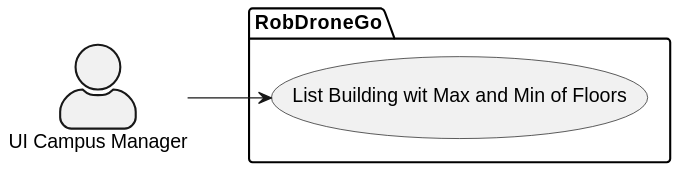
Earlier version of the PlantUML export Visualization/docs/US_1020/Diagrams/Level1/SceneryView.svg (Pedro-Pereira1/sem5pi_23_24_g056_Visualization). Source of this version:
```plantuml
@startuml
left to right direction

skinparam actorStyle awesome

actor "UI Campus Manager" as CM

package  RobDroneGo  {
  usecase "List Building wit Max and Min of Floors" as UC2
}
CM --> UC2
@enduml
```
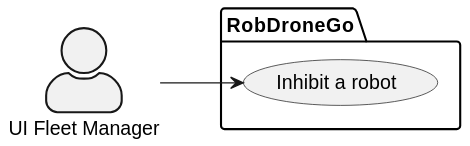
The same file after the commit.

Change to the diagram source:
```diff
@@ -1,12 +1,12 @@
-@startuml
+@startuml SceneryView
 left to right direction
 
 skinparam actorStyle awesome
 
-actor "UI Campus Manager" as CM
+actor "UI Fleet Manager" as FM
 
 package  RobDroneGo  {
-  usecase "List Building wit Max and Min of Floors" as UC2
+    usecase "Inhibit a robot" as UC18
 }
-CM --> UC2
+FM --> UC18
 @enduml
```
